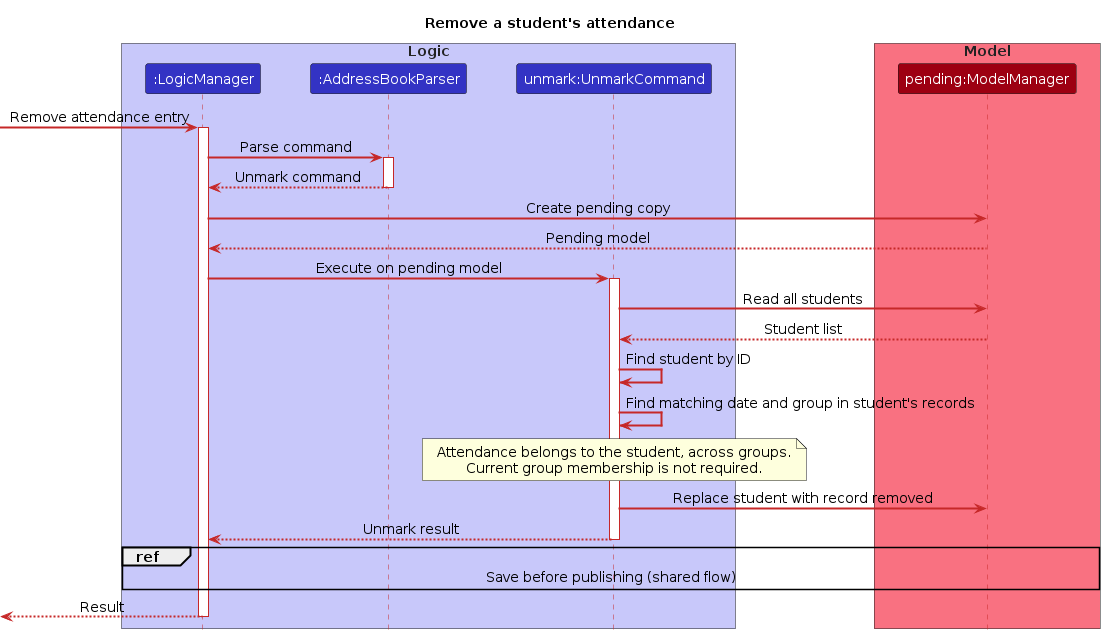
The PlantUML diagram diagrams/UnmarkSequenceDiagram.png in AY2627S1-CS2103T-F12-1/tp, before a commit. Its source is kept beside it as diagrams/UnmarkSequenceDiagram.puml.
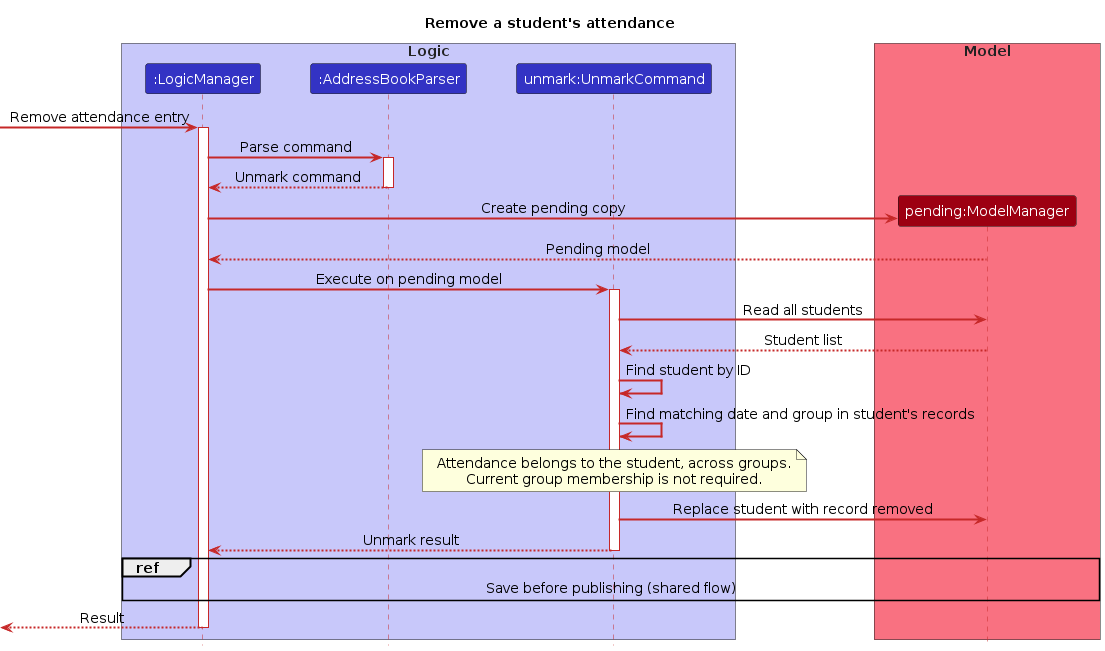
Later version of the same file.

Change to the diagram source:
```diff
@@ -19,6 +19,7 @@
 activate Parser
 Parser --> Logic : Unmark command
 deactivate Parser
+create Pending
 Logic -> Pending : Create pending copy
 Pending --> Logic : Pending model
 Logic -> Command : Execute on pending model
```
